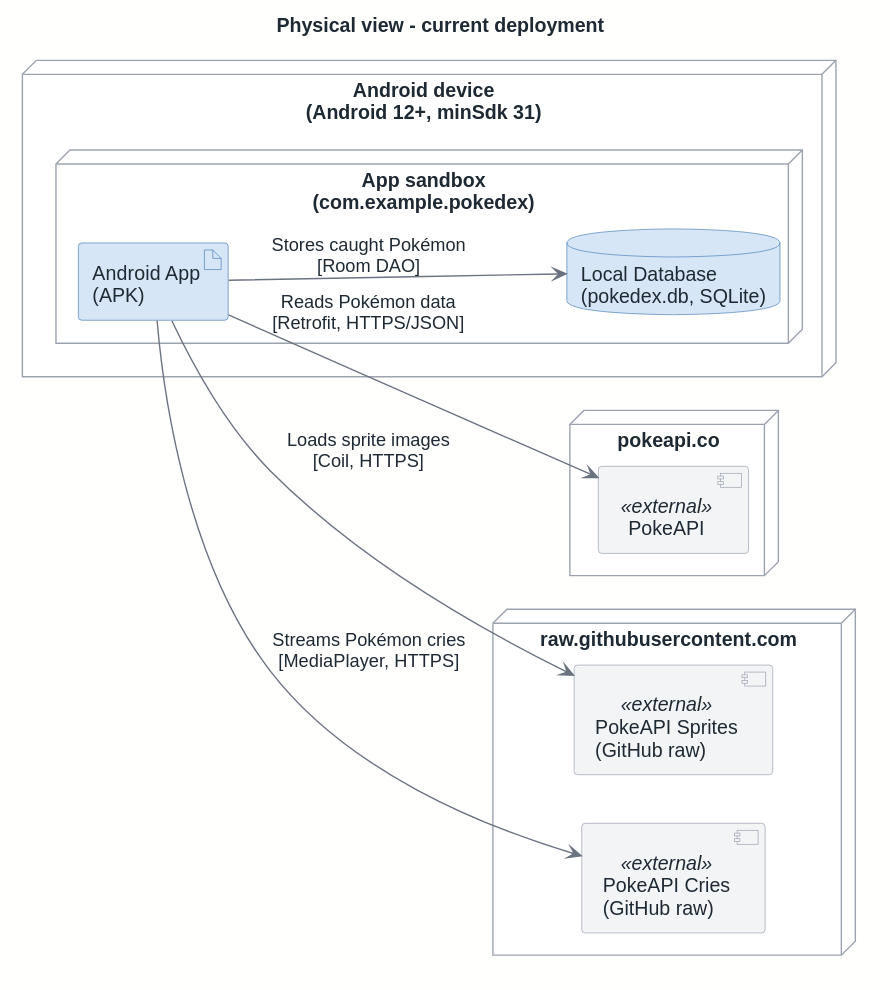
The PlantUML diagram docs/architecture/out/physical.svg in rodrigo4sousa/Pokedex, before a commit.
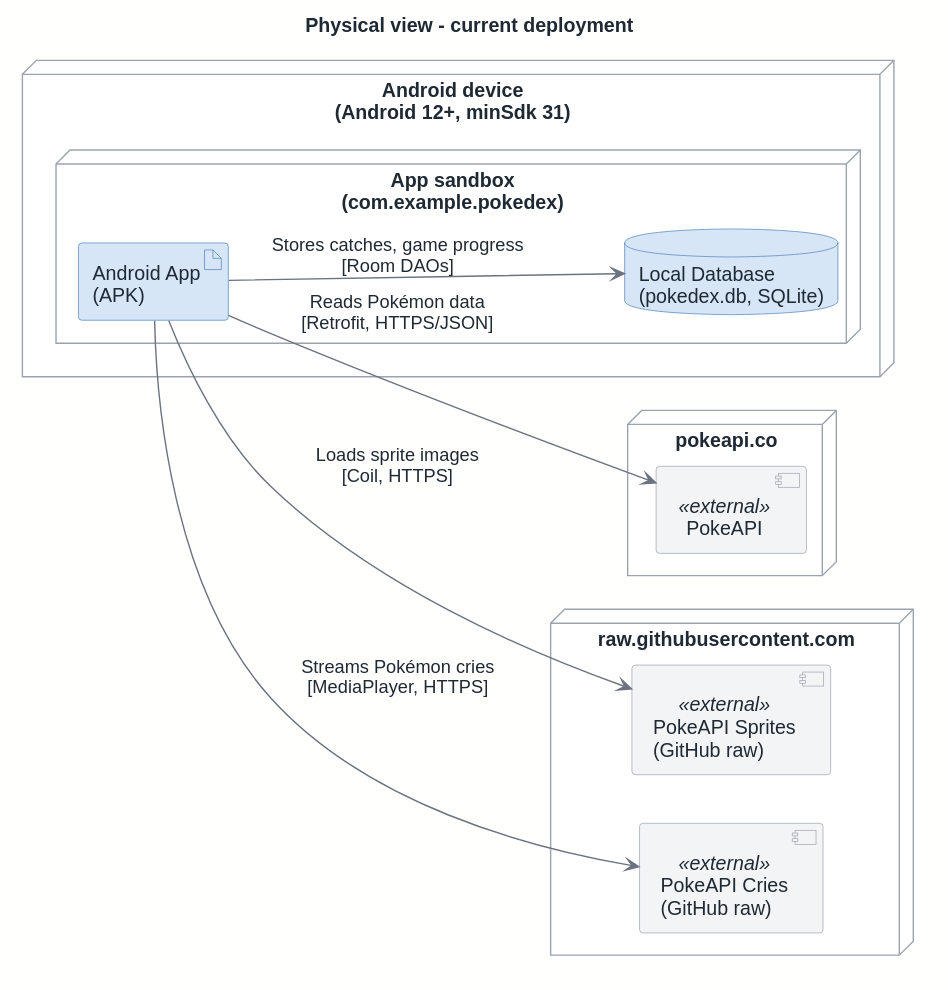
After the commit.

The edit, as a diff of the source:
```diff
@@ -20,7 +20,7 @@
     component "PokeAPI Cries\n(GitHub raw)" <<external>> as cries
 }
 
-apk --> db : Stores caught Pokémon\n[Room DAO]
+apk --> db : Stores catches, game progress\n[Room DAOs]
 apk --> pokeApi : Reads Pokémon data\n[Retrofit, HTTPS/JSON]
 apk --> sprites : Loads sprite images\n[Coil, HTTPS]
 apk --> cries : Streams Pokémon cries\n[MediaPlayer, HTTPS]
```
